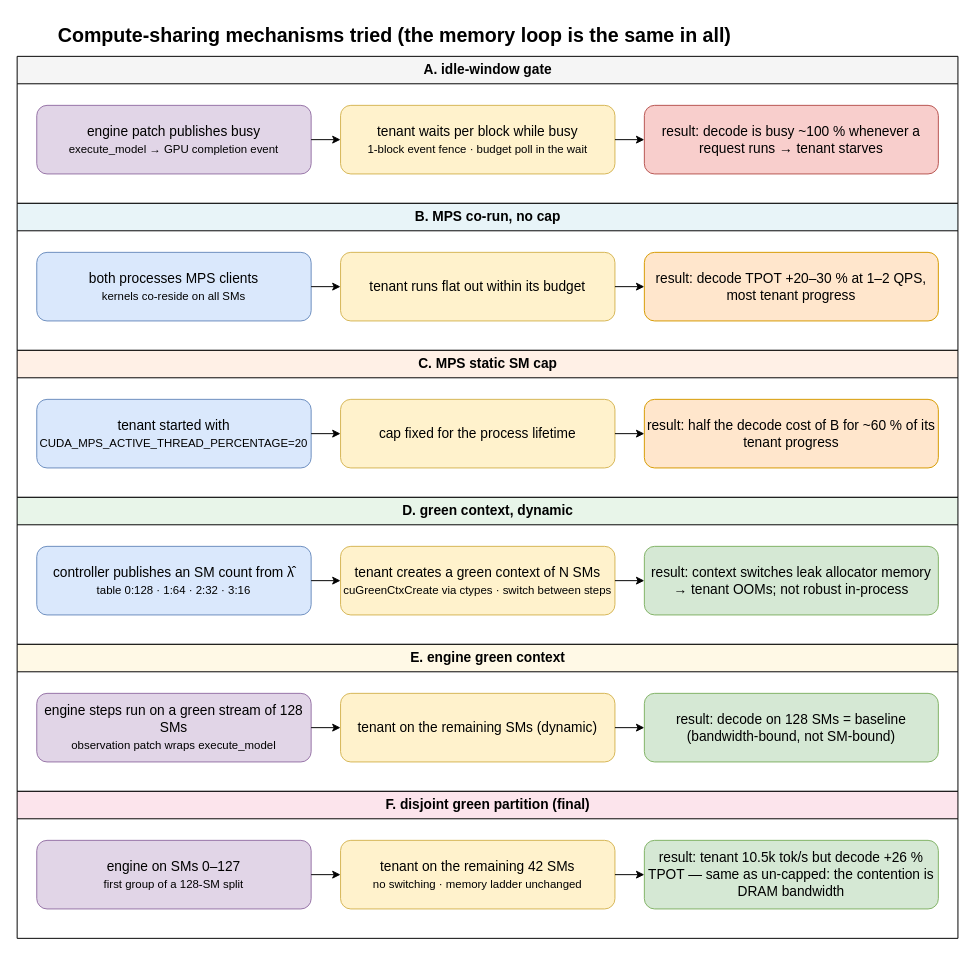
This is coloc_adjust/diagrams/04_compute_sharing.drawio from 852866031/cuda-schedule-project, a draw.io file, before an edit. Source tidied: cells renumbered, new cells numbered last; positions are measured from the earlier drawing's top-left corner, leaving out a move shared by most shapes. Both pictures are drawn from the tidied source at 98%, with x=0, y=0 at pixel (17, 17).
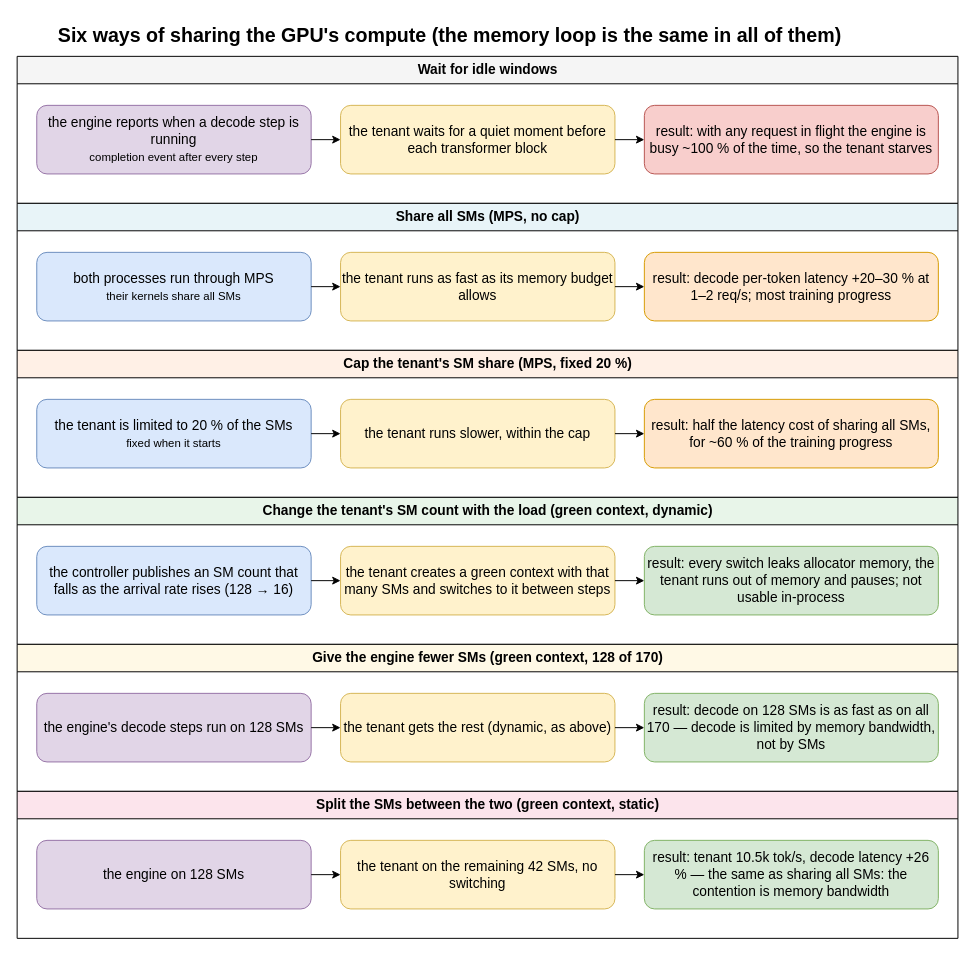
After the change.

What changed in the source:
```diff
@@
-    <mxCell id="2" value="Compute-sharing mechanisms tried (the memory loop is the same in all)" style="text;html=1;fontSize=20;fontStyle=1;align=left;" parent="1" vertex="1">
+    <mxCell id="2" value="Six ways of sharing the GPU's compute (the memory loop is the same in all of them)" style="text;html=1;fontSize=20;fontStyle=1;align=left;" parent="1" vertex="1">
       <mxGeometry x="40" width="920" height="30" as="geometry" />
     </mxCell>
-    <mxCell id="3" value="A. idle-window gate" style="swimlane;horizontal=1;startSize=28;fontStyle=1;fillColor=#f5f5f5;html=1;fontSize=14;" parent="1" vertex="1">
+    <mxCell id="3" value="Wait for idle windows" style="swimlane;horizontal=1;startSize=28;fontStyle=1;fillColor=#f5f5f5;html=1;fontSize=14;" parent="1" vertex="1">
       <mxGeometry y="40" width="960" height="150" as="geometry" />
     </mxCell>
-    <mxCell id="4" value="engine patch publishes busy&lt;br&gt;&lt;small&gt;execute_model → GPU completion event&lt;/small&gt;" style="rounded=1;whiteSpace=wrap;html=1;fontSize=14;fillColor=#e1d5e7;strokeColor=#9673a6;" parent="3" vertex="1">
+    <mxCell id="4" value="the engine reports when a decode step is running&lt;br&gt;&lt;small&gt;completion event after every step&lt;/small&gt;" style="rounded=1;whiteSpace=wrap;html=1;fontSize=14;fillColor=#e1d5e7;strokeColor=#9673a6;" parent="3" vertex="1">
       <mxGeometry x="20" y="50" width="280" height="70" as="geometry" />
     </mxCell>
-    <mxCell id="5" value="tenant waits per block while busy&lt;br&gt;&lt;small&gt;1-block event fence · budget poll in the wait&lt;/small&gt;" style="rounded=1;whiteSpace=wrap;html=1;fontSize=14;fillColor=#fff2cc;strokeColor=#d6b656;" parent="3" vertex="1">
+    <mxCell id="5" value="the tenant waits for a quiet moment before each transformer block" style="rounded=1;whiteSpace=wrap;html=1;fontSize=14;fillColor=#fff2cc;strokeColor=#d6b656;" parent="3" vertex="1">
       <mxGeometry x="330" y="50" width="280" height="70" as="geometry" />
     </mxCell>
-    <mxCell id="6" value="result: decode is busy ~100 % whenever a request runs → tenant starves" style="rounded=1;whiteSpace=wrap;html=1;fontSize=14;fillColor=#f8cecc;strokeColor=#b85450;" parent="3" vertex="1">
+    <mxCell id="6" value="result: with any request in flight the engine is busy ~100 % of the time, so the tenant starves" style="rounded=1;whiteSpace=wrap;html=1;fontSize=14;fillColor=#f8cecc;strokeColor=#b85450;" parent="3" vertex="1">
       <mxGeometry x="640" y="50" width="300" height="70" as="geometry" />
     </mxCell>
-    <mxCell id="7" value="B. MPS co-run, no cap" style="swimlane;horizontal=1;startSize=28;fontStyle=1;fillColor=#e8f4f8;html=1;fontSize=14;" parent="1" vertex="1">
+    <mxCell id="7" value="Share all SMs (MPS, no cap)" style="swimlane;horizontal=1;startSize=28;fontStyle=1;fillColor=#e8f4f8;html=1;fontSize=14;" parent="1" vertex="1">
       <mxGeometry y="190" width="960" height="150" as="geometry" />
     </mxCell>
-    <mxCell id="8" value="both processes MPS clients&lt;br&gt;&lt;small&gt;kernels co-reside on all SMs&lt;/small&gt;" style="rounded=1;whiteSpace=wrap;html=1;fontSize=14;fillColor=#dae8fc;strokeColor=#6c8ebf;" parent="7" vertex="1">
+    <mxCell id="8" value="both processes run through MPS&lt;br&gt;&lt;small&gt;their kernels share all SMs&lt;/small&gt;" style="rounded=1;whiteSpace=wrap;html=1;fontSize=14;fillColor=#dae8fc;strokeColor=#6c8ebf;" parent="7" vertex="1">
       <mxGeometry x="20" y="50" width="280" height="70" as="geometry" />
     </mxCell>
-    <mxCell id="9" value="tenant runs flat out within its budget" style="rounded=1;whiteSpace=wrap;html=1;fontSize=14;fillColor=#fff2cc;strokeColor=#d6b656;" parent="7" vertex="1">
+    <mxCell id="9" value="the tenant runs as fast as its memory budget allows" style="rounded=1;whiteSpace=wrap;html=1;fontSize=14;fillColor=#fff2cc;strokeColor=#d6b656;" parent="7" vertex="1">
       <mxGeometry x="330" y="50" width="280" height="70" as="geometry" />
     </mxCell>
-    <mxCell id="10" value="result: decode TPOT +20–30 % at 1–2 QPS, most tenant progress" style="rounded=1;whiteSpace=wrap;html=1;fontSize=14;fillColor=#ffe6cc;strokeColor=#d79b00;" parent="7" vertex="1">
+    <mxCell id="10" value="result: decode per-token latency +20–30 % at 1–2 req/s; most training progress" style="rounded=1;whiteSpace=wrap;html=1;fontSize=14;fillColor=#ffe6cc;strokeColor=#d79b00;" parent="7" vertex="1">
       <mxGeometry x="640" y="50" width="300" height="70" as="geometry" />
     </mxCell>
-    <mxCell id="11" value="C. MPS static SM cap" style="swimlane;horizontal=1;startSize=28;fontStyle=1;fillColor=#fff0e6;html=1;fontSize=14;" parent="1" vertex="1">
+    <mxCell id="11" value="Cap the tenant's SM share (MPS, fixed 20 %)" style="swimlane;horizontal=1;startSize=28;fontStyle=1;fillColor=#fff0e6;html=1;fontSize=14;" parent="1" vertex="1">
       <mxGeometry y="340" width="960" height="150" as="geometry" />
     </mxCell>
-    <mxCell id="12" value="tenant started with&lt;br&gt;&lt;small&gt;CUDA_MPS_ACTIVE_THREAD_PERCENTAGE=20&lt;/small&gt;" style="rounded=1;whiteSpace=wrap;html=1;fontSize=14;fillColor=#dae8fc;strokeColor=#6c8ebf;" parent="11" vertex="1">
+    <mxCell id="12" value="the tenant is limited to 20 % of the SMs&lt;br&gt;&lt;small&gt;fixed when it starts&lt;/small&gt;" style="rounded=1;whiteSpace=wrap;html=1;fontSize=14;fillColor=#dae8fc;strokeColor=#6c8ebf;" parent="11" vertex="1">
       <mxGeometry x="20" y="50" width="280" height="70" as="geometry" />
     </mxCell>
-    <mxCell id="13" value="cap fixed for the process lifetime" style="rounded=1;whiteSpace=wrap;html=1;fontSize=14;fillColor=#fff2cc;strokeColor=#d6b656;" parent="11" vertex="1">
+    <mxCell id="13" value="the tenant runs slower, within the cap" style="rounded=1;whiteSpace=wrap;html=1;fontSize=14;fillColor=#fff2cc;strokeColor=#d6b656;" parent="11" vertex="1">
       <mxGeometry x="330" y="50" width="280" height="70" as="geometry" />
     </mxCell>
-    <mxCell id="14" value="result: half the decode cost of B for ~60 % of its tenant progress" style="rounded=1;whiteSpace=wrap;html=1;fontSize=14;fillColor=#ffe6cc;strokeColor=#d79b00;" parent="11" vertex="1">
+    <mxCell id="14" value="result: half the latency cost of sharing all SMs, for ~60 % of the training progress" style="rounded=1;whiteSpace=wrap;html=1;fontSize=14;fillColor=#ffe6cc;strokeColor=#d79b00;" parent="11" vertex="1">
       <mxGeometry x="640" y="50" width="300" height="70" as="geometry" />
     </mxCell>
-    <mxCell id="15" value="D. green context, dynamic" style="swimlane;horizontal=1;startSize=28;fontStyle=1;fillColor=#e8f5e9;html=1;fontSize=14;" parent="1" vertex="1">
+    <mxCell id="15" value="Change the tenant's SM count with the load (green context, dynamic)" style="swimlane;horizontal=1;startSize=28;fontStyle=1;fillColor=#e8f5e9;html=1;fontSize=14;" parent="1" vertex="1">
       <mxGeometry y="490" width="960" height="150" as="geometry" />
     </mxCell>
-    <mxCell id="16" value="controller publishes an SM count from λ̂&lt;br&gt;&lt;small&gt;table 0:128 · 1:64 · 2:32 · 3:16&lt;/small&gt;" style="rounded=1;whiteSpace=wrap;html=1;fontSize=14;fillColor=#dae8fc;strokeColor=#6c8ebf;" parent="15" vertex="1">
+    <mxCell id="16" value="the controller publishes an SM count that falls as the arrival rate rises (128 → 16)" style="rounded=1;whiteSpace=wrap;html=1;fontSize=14;fillColor=#dae8fc;strokeColor=#6c8ebf;" parent="15" vertex="1">
       <mxGeometry x="20" y="50" width="280" height="70" as="geometry" />
     </mxCell>
-    <mxCell id="17" value="tenant creates a green context of N SMs&lt;br&gt;&lt;small&gt;cuGreenCtxCreate via ctypes · switch between steps&lt;/small&gt;" style="rounded=1;whiteSpace=wrap;html=1;fontSize=14;fillColor=#fff2cc;strokeColor=#d6b656;" parent="15" vertex="1">
+    <mxCell id="17" value="the tenant creates a green context with that many SMs and switches to it between steps" style="rounded=1;whiteSpace=wrap;html=1;fontSize=14;fillColor=#fff2cc;strokeColor=#d6b656;" parent="15" vertex="1">
       <mxGeometry x="330" y="50" width="280" height="70" as="geometry" />
     </mxCell>
-    <mxCell id="18" value="result: context switches leak allocator memory → tenant OOMs; not robust in-process" style="rounded=1;whiteSpace=wrap;html=1;fontSize=14;fillColor=#d5e8d4;strokeColor=#82b366;" parent="15" vertex="1">
+    <mxCell id="18" value="result: every switch leaks allocator memory, the tenant runs out of memory and pauses; not usable in-process" style="rounded=1;whiteSpace=wrap;html=1;fontSize=14;fillColor=#d5e8d4;strokeColor=#82b366;" parent="15" vertex="1">
       <mxGeometry x="640" y="50" width="300" height="70" as="geometry" />
     </mxCell>
-    <mxCell id="19" value="E. engine green context" style="swimlane;horizontal=1;startSize=28;fontStyle=1;fillColor=#fff9e6;html=1;fontSize=14;" parent="1" vertex="1">
+    <mxCell id="19" value="Give the engine fewer SMs (green context, 128 of 170)" style="swimlane;horizontal=1;startSize=28;fontStyle=1;fillColor=#fff9e6;html=1;fontSize=14;" parent="1" vertex="1">
       <mxGeometry y="640" width="960" height="150" as="geometry" />
     </mxCell>
-    <mxCell id="20" value="engine steps run on a green stream of 128 SMs&lt;br&gt;&lt;small&gt;observation patch wraps execute_model&lt;/small&gt;" style="rounded=1;whiteSpace=wrap;html=1;fontSize=14;fillColor=#e1d5e7;strokeColor=#9673a6;" parent="19" vertex="1">
+    <mxCell id="20" value="the engine's decode steps run on 128 SMs" style="rounded=1;whiteSpace=wrap;html=1;fontSize=14;fillColor=#e1d5e7;strokeColor=#9673a6;" parent="19" vertex="1">
       <mxGeometry x="20" y="50" width="280" height="70" as="geometry" />
     </mxCell>
-    <mxCell id="21" value="tenant on the remaining SMs (dynamic)" style="rounded=1;whiteSpace=wrap;html=1;fontSize=14;fillColor=#fff2cc;strokeColor=#d6b656;" parent="19" vertex="1">
+    <mxCell id="21" value="the tenant gets the rest (dynamic, as above)" style="rounded=1;whiteSpace=wrap;html=1;fontSize=14;fillColor=#fff2cc;strokeColor=#d6b656;" parent="19" vertex="1">
       <mxGeometry x="330" y="50" width="280" height="70" as="geometry" />
     </mxCell>
-    <mxCell id="22" value="result: decode on 128 SMs = baseline (bandwidth-bound, not SM-bound)" style="rounded=1;whiteSpace=wrap;html=1;fontSize=14;fillColor=#d5e8d4;strokeColor=#82b366;" parent="19" vertex="1">
+    <mxCell id="22" value="result: decode on 128 SMs is as fast as on all 170 — decode is limited by memory bandwidth, not by SMs" style="rounded=1;whiteSpace=wrap;html=1;fontSize=14;fillColor=#d5e8d4;strokeColor=#82b366;" parent="19" vertex="1">
       <mxGeometry x="640" y="50" width="300" height="70" as="geometry" />
     </mxCell>
@@
-    <mxCell id="33" value="F. disjoint green partition (final)" style="swimlane;horizontal=1;startSize=28;fontStyle=1;fillColor=#fce4ec;html=1;fontSize=14;" parent="1" vertex="1">
+    <mxCell id="33" value="Split the SMs between the two (green context, static)" style="swimlane;horizontal=1;startSize=28;fontStyle=1;fillColor=#fce4ec;html=1;fontSize=14;" parent="1" vertex="1">
       <mxGeometry y="790" width="960" height="150" as="geometry" />
     </mxCell>
-    <mxCell id="34" value="engine on SMs 0–127&lt;br&gt;&lt;small&gt;first group of a 128-SM split&lt;/small&gt;" style="rounded=1;whiteSpace=wrap;html=1;fontSize=14;fillColor=#e1d5e7;strokeColor=#9673a6;" parent="33" vertex="1">
+    <mxCell id="34" value="the engine on 128 SMs" style="rounded=1;whiteSpace=wrap;html=1;fontSize=14;fillColor=#e1d5e7;strokeColor=#9673a6;" parent="33" vertex="1">
       <mxGeometry x="20" y="50" width="280" height="70" as="geometry" />
     </mxCell>
-    <mxCell id="35" value="tenant on the remaining 42 SMs&lt;br&gt;&lt;small&gt;no switching · memory ladder unchanged&lt;/small&gt;" style="rounded=1;whiteSpace=wrap;html=1;fontSize=14;fillColor=#fff2cc;strokeColor=#d6b656;" parent="33" vertex="1">
+    <mxCell id="35" value="the tenant on the remaining 42 SMs, no switching" style="rounded=1;whiteSpace=wrap;html=1;fontSize=14;fillColor=#fff2cc;strokeColor=#d6b656;" parent="33" vertex="1">
       <mxGeometry x="330" y="50" width="280" height="70" as="geometry" />
     </mxCell>
-    <mxCell id="36" value="result: tenant 10.5k tok/s but decode +26 % TPOT — same as un-capped: the contention is DRAM bandwidth" style="rounded=1;whiteSpace=wrap;html=1;fontSize=14;fillColor=#d5e8d4;strokeColor=#82b366;" parent="33" vertex="1">
+    <mxCell id="36" value="result: tenant 10.5k tok/s, decode latency +26 % — the same as sharing all SMs: the contention is memory bandwidth" style="rounded=1;whiteSpace=wrap;html=1;fontSize=14;fillColor=#d5e8d4;strokeColor=#82b366;" parent="33" vertex="1">
       <mxGeometry x="640" y="50" width="300" height="70" as="geometry" />
     </mxCell>
```
